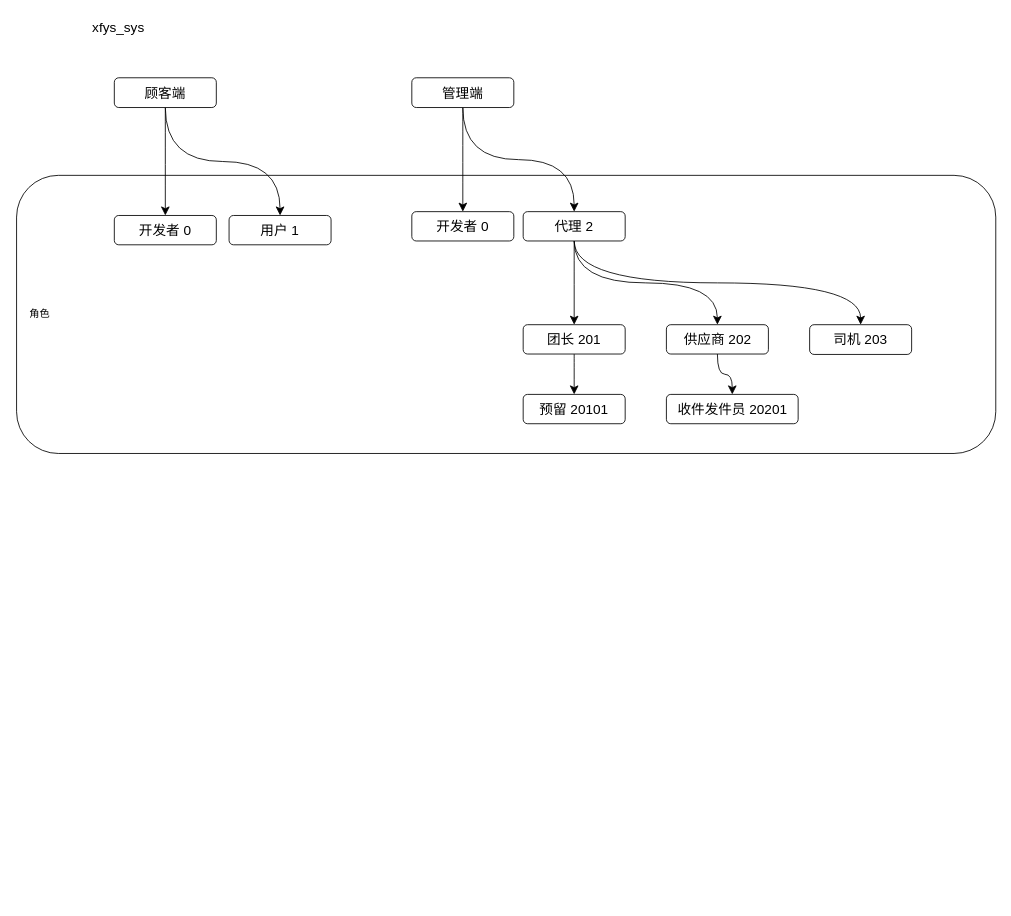
Above: 小象心选.drawio in xyfll7/xyfll7 (draw.io), before the change. Source tidied: cells renumbered, new cells numbered last; positions are measured from the earlier drawing's top-left corner, leaving out a move shared by most shapes. Both pictures are drawn from the tidied source at 85%, with x=0, y=0 at pixel (16, 14).
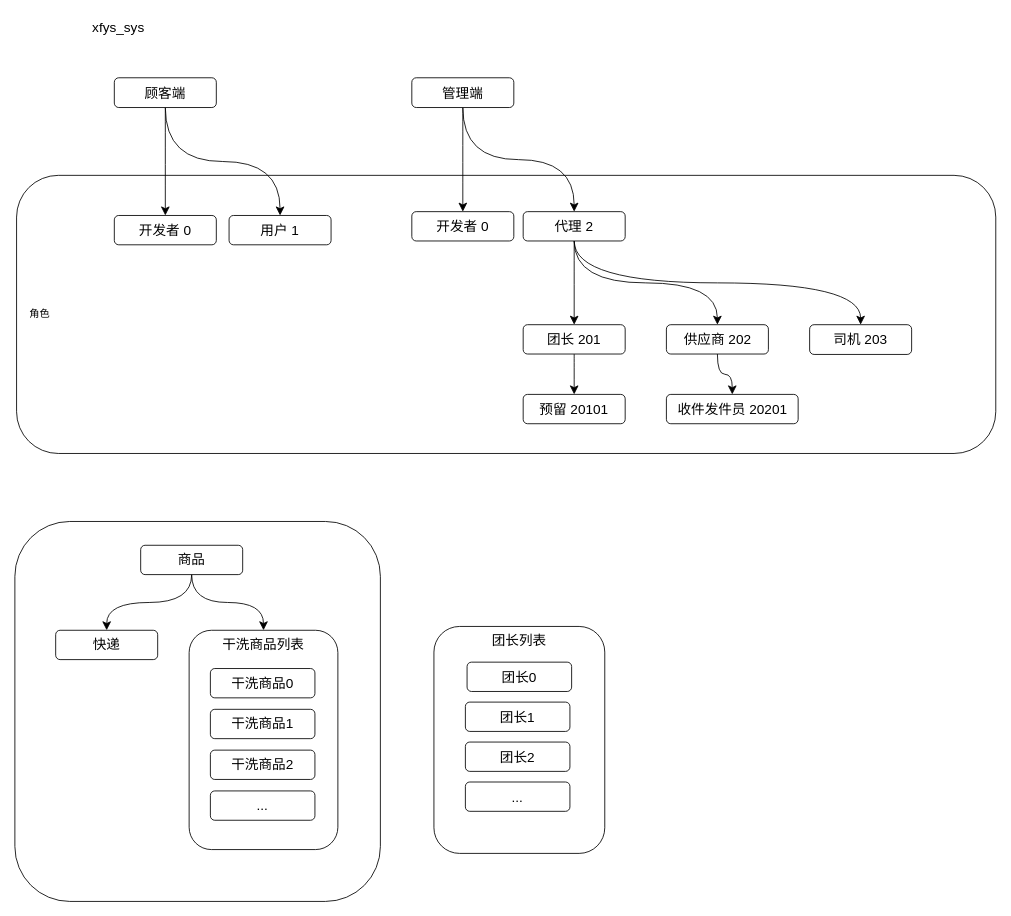
Above is the later version.

Commit message (it also covers changes not shown here):
更新小象心选.drawio

Change to the diagram source:
```diff
@@
+    <mxCell id="24" style="rounded=1;whiteSpace=wrap;html=1;fontFamily=Helvetica;fontSize=12;fontColor=default;" parent="1" vertex="1">
+      <mxGeometry x="-2" y="596" width="430" height="447" as="geometry" />
+    </mxCell>
@@
+    <mxCell id="25" style="edgeStyle=orthogonalEdgeStyle;shape=connector;curved=1;rounded=0;jettySize=auto;html=1;exitX=0.5;exitY=1;exitDx=0;exitDy=0;entryX=0.5;entryY=0;entryDx=0;entryDy=0;labelBackgroundColor=default;strokeColor=default;align=center;verticalAlign=middle;fontFamily=Helvetica;fontSize=12;fontColor=default;endArrow=classic;startSize=8;endSize=8;" parent="1" edge="1" source="27" target="29">
+      <mxGeometry relative="1" as="geometry" />
+    </mxCell>
+    <mxCell id="26" style="edgeStyle=orthogonalEdgeStyle;shape=connector;curved=1;rounded=0;jettySize=auto;html=1;exitX=0.5;exitY=1;exitDx=0;exitDy=0;labelBackgroundColor=default;strokeColor=default;align=center;verticalAlign=middle;fontFamily=Helvetica;fontSize=12;fontColor=default;endArrow=classic;startSize=8;endSize=8;" parent="1" edge="1" source="27" target="28">
+      <mxGeometry relative="1" as="geometry" />
+    </mxCell>
+    <mxCell id="27" value="商品" style="whiteSpace=wrap;html=1;fontSize=16;rounded=1;" parent="1" vertex="1">
+      <mxGeometry x="146" y="624" width="120" height="34.5" as="geometry" />
+    </mxCell>
+    <mxCell id="28" value="快递" style="whiteSpace=wrap;html=1;fontSize=16;rounded=1;" parent="1" vertex="1">
+      <mxGeometry x="46" y="724" width="120" height="34.5" as="geometry" />
+    </mxCell>
+    <mxCell id="29" value="干洗商品列表" style="whiteSpace=wrap;html=1;fontSize=16;rounded=1;verticalAlign=top;" parent="1" vertex="1">
+      <mxGeometry x="203" y="724" width="175" height="258" as="geometry" />
+    </mxCell>
+    <mxCell id="30" value="干洗商品0" style="whiteSpace=wrap;html=1;fontSize=16;rounded=1;" parent="1" vertex="1">
+      <mxGeometry x="228" y="769" width="123" height="34.5" as="geometry" />
+    </mxCell>
+    <mxCell id="31" value="干洗商品1" style="whiteSpace=wrap;html=1;fontSize=16;rounded=1;" parent="1" vertex="1">
+      <mxGeometry x="228" y="817" width="123" height="34.5" as="geometry" />
+    </mxCell>
+    <mxCell id="32" value="干洗商品2" style="whiteSpace=wrap;html=1;fontSize=16;rounded=1;" parent="1" vertex="1">
+      <mxGeometry x="228" y="865" width="123" height="34.5" as="geometry" />
+    </mxCell>
+    <mxCell id="33" value="..." style="whiteSpace=wrap;html=1;fontSize=16;rounded=1;" parent="1" vertex="1">
+      <mxGeometry x="228" y="913" width="123" height="34.5" as="geometry" />
+    </mxCell>
+    <mxCell id="34" value="团长列表" style="whiteSpace=wrap;html=1;fontSize=16;rounded=1;verticalAlign=top;" parent="1" vertex="1">
+      <mxGeometry x="491" y="719.5" width="201" height="267" as="geometry" />
+    </mxCell>
+    <mxCell id="35" value="团长0" style="whiteSpace=wrap;html=1;fontSize=16;rounded=1;" parent="1" vertex="1">
+      <mxGeometry x="530" y="761.5" width="123" height="34.5" as="geometry" />
+    </mxCell>
+    <mxCell id="36" value="团长1" style="whiteSpace=wrap;html=1;fontSize=16;rounded=1;" parent="1" vertex="1">
+      <mxGeometry x="528" y="808.5" width="123" height="34.5" as="geometry" />
+    </mxCell>
+    <mxCell id="37" value="团长2" style="whiteSpace=wrap;html=1;fontSize=16;rounded=1;" parent="1" vertex="1">
+      <mxGeometry x="528" y="855.5" width="123" height="34.5" as="geometry" />
+    </mxCell>
+    <mxCell id="38" value="..." style="whiteSpace=wrap;html=1;fontSize=16;rounded=1;" parent="1" vertex="1">
+      <mxGeometry x="528" y="902.5" width="123" height="34.5" as="geometry" />
+    </mxCell>
```
